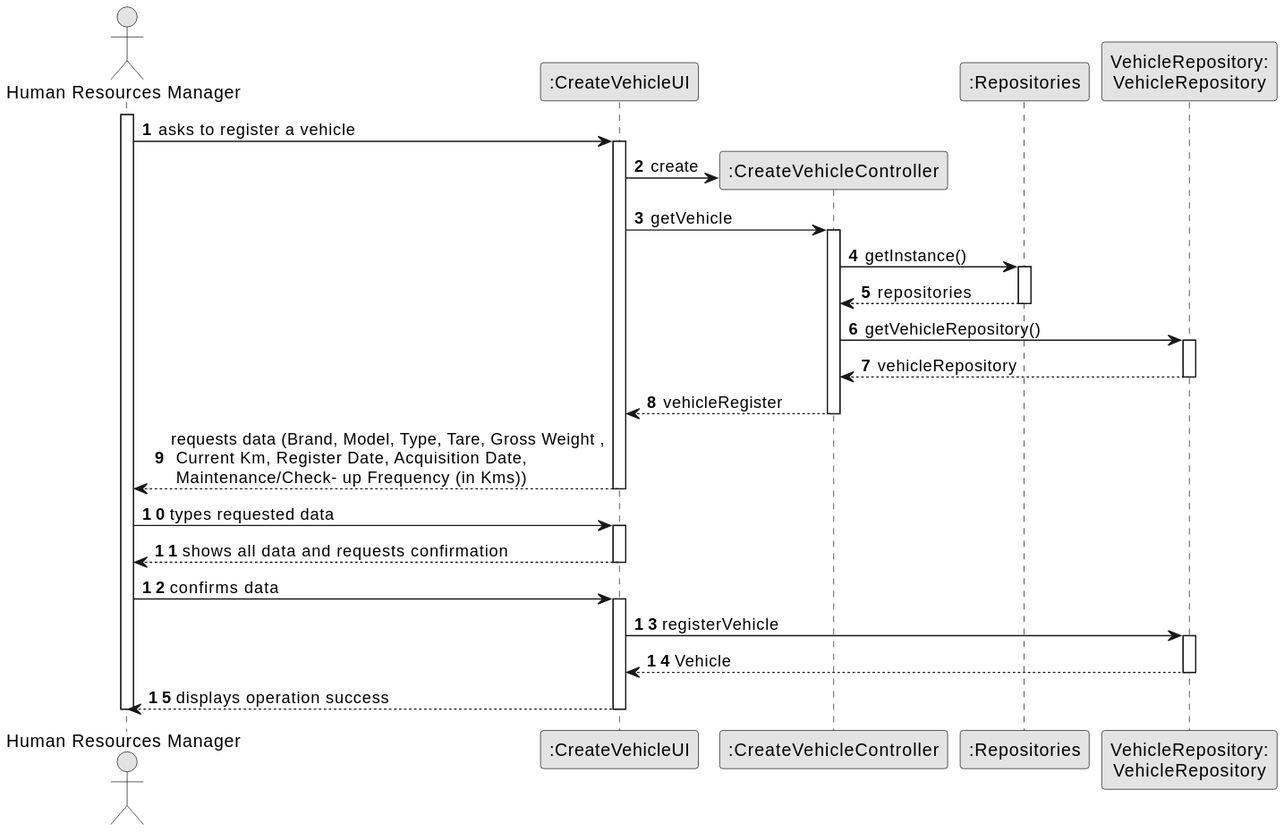
Before: docs/sprintC/us026/03.design/svg/us026-sequence-diagram-full.svg, a diagram exported from PlantUML (Departamento-de-Engenharia-Informatica/lei-24-s2-1dl-g121).
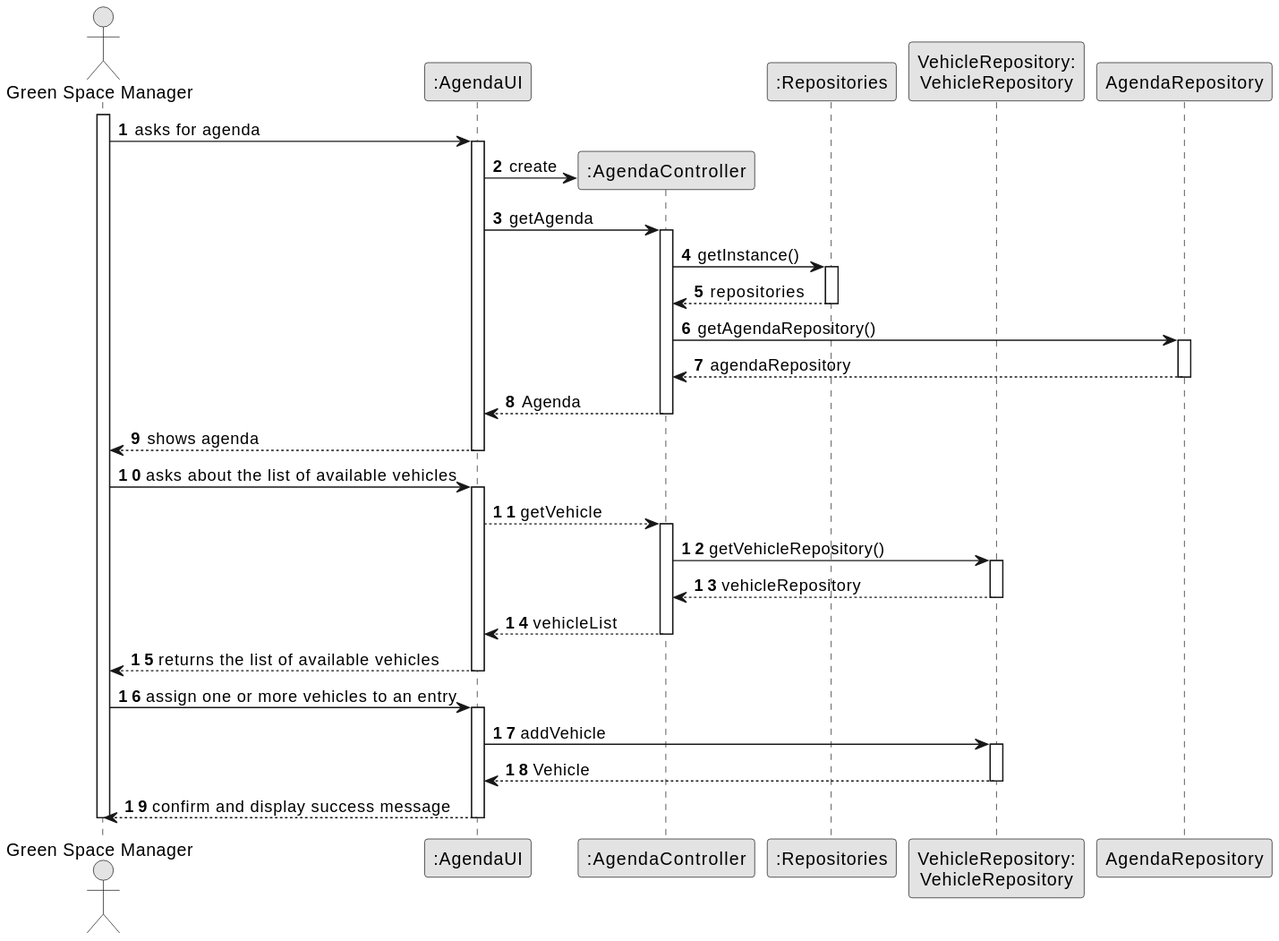
Later version of the same file.

Change to the diagram source:
```diff
@@ -5,22 +5,23 @@
 
 autonumber
 
-actor "Human Resources Manager" as ADM
-participant ":CreateVehicleUI" as UI
-participant ":CreateVehicleController" as CTRL
+actor "Green Space Manager" as ADM
+participant ":AgendaUI" as UI
+participant ":AgendaController" as CTRL
 participant ":Repositories" as RepositorySingleton
 participant "VehicleRepository:\nVehicleRepository" as TaskCategoryRepository
+participant "AgendaRepository" as Agenda
 
 
 activate ADM
 
-        ADM -> UI : asks to register a vehicle
+        ADM -> UI : asks for agenda
 
         activate UI
 
             UI -> CTRL** : create
 
-            UI -> CTRL : getVehicle
+            UI -> CTRL : getAgenda
             activate CTRL
 
                 CTRL -> RepositorySingleton : getInstance()
@@ -29,30 +30,46 @@
                     RepositorySingleton --> CTRL: repositories
                 deactivate RepositorySingleton
 
-                CTRL -> TaskCategoryRepository : getVehicleRepository()
-                activate TaskCategoryRepository
+                CTRL -> Agenda : getAgendaRepository()
+                activate Agenda
 
-                    TaskCategoryRepository --> CTRL: vehicleRepository
-                deactivate TaskCategoryRepository
+                    Agenda --> CTRL: agendaRepository
+                deactivate Agenda
 
 
 
-                CTRL --> UI : vehicleRegister
+                CTRL --> UI : Agenda
             deactivate CTRL
 
-            UI --> ADM : requests data (Brand, Model, Type, Tare, Gross Weight ,\n Current Km, Register Date, Acquisition Date,\n Maintenance/Check- up Frequency (in Kms))
+            UI --> ADM : shows agenda
         deactivate UI
 
-    ADM -> UI : types requested data
+    ADM -> UI : asks about the list of available vehicles
     activate UI
 
-        UI --> ADM : shows all data and requests confirmation
+        UI --> CTRL : getVehicle
+
+    activate CTRL
+
+
+                    CTRL -> TaskCategoryRepository : getVehicleRepository()
+                    activate TaskCategoryRepository
+
+                        TaskCategoryRepository --> CTRL: vehicleRepository
+                    deactivate TaskCategoryRepository
+
+
+
+                    CTRL --> UI : vehicleList
+                deactivate CTRL
+
+        UI --> ADM : returns the list of available vehicles
     deactivate UI
 
-    ADM -> UI : confirms data
+    ADM -> UI : assign one or more vehicles to an entry
     activate UI
 
-    UI -> TaskCategoryRepository : registerVehicle
+    UI -> TaskCategoryRepository : addVehicle
 
         activate TaskCategoryRepository
 
@@ -62,7 +79,7 @@
         deactivate  TaskCategoryRepository
 
             deactivate CTRL
-            UI --> ADM: displays operation success
+            UI --> ADM:  confirm and display success message
     deactivate UI
 
 deactivate ADM
```
